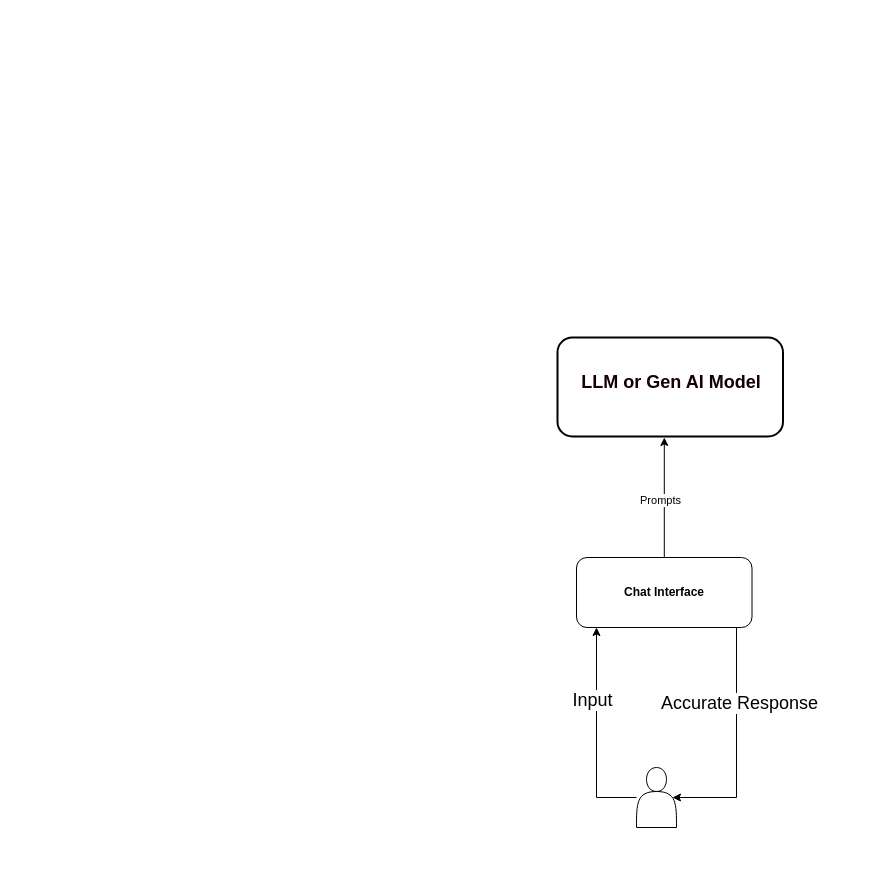
The draw.io diagram Untitled Diagram.drawio in pamruthp/SystemDesigns, before the edit. Source tidied: cells renumbered, new cells numbered last; positions are measured from the earlier drawing's top-left corner, leaving out a move shared by most shapes. Both pictures are drawn from the tidied source at 100%, with x=0, y=0 at pixel (557, 337).
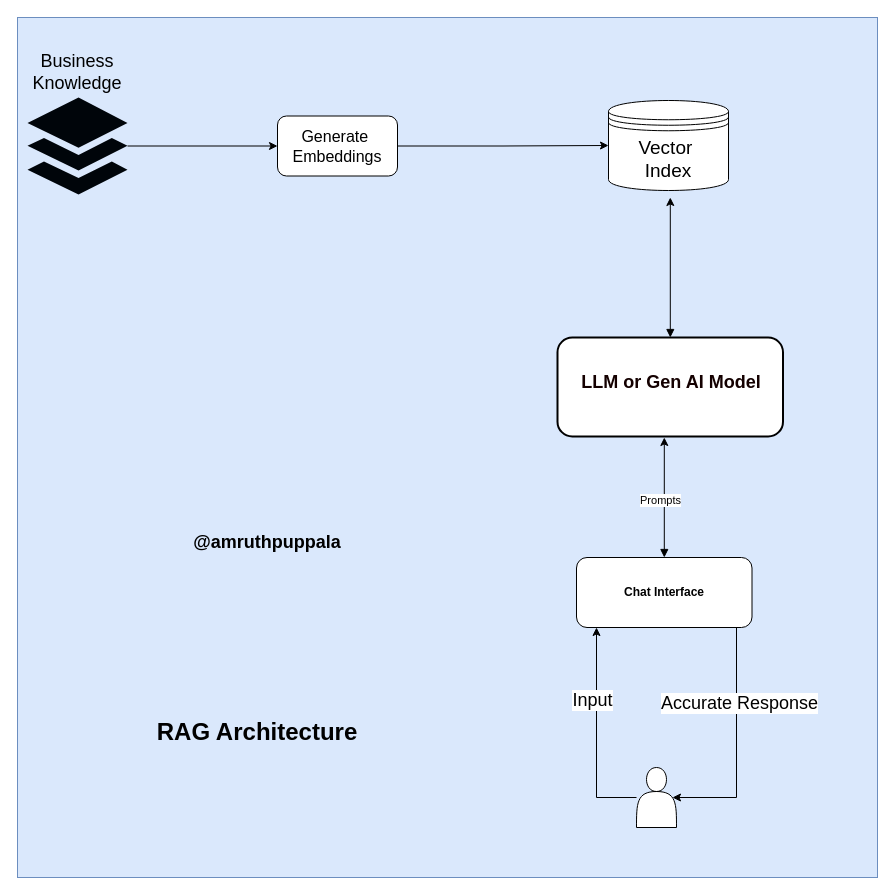
Above is the later version.

Unchanged cells that the change refers to:
```xml
<mxCell id="2" style="whiteSpace=wrap;html=1;verticalAlign=top;dashed=0;strokeWidth=2;rounded=1;" parent="1" vertex="1">
  <mxGeometry width="225.5" height="99" as="geometry" />
</mxCell>
<mxCell id="6" value="&lt;b&gt;Chat Interface&lt;/b&gt;" style="rounded=1;whiteSpace=wrap;html=1;" parent="1" vertex="1">
  <mxGeometry x="19" y="220" width="175.5" height="70" as="geometry" />
</mxCell>
```

The edit, as a diff of the source:
```diff
@@
+    <mxCell id="13" style="whiteSpace=wrap;html=1;fillColor=#dae8fc;strokeColor=#6c8ebf;" parent="1" vertex="1">
+      <mxGeometry x="-540" y="-320" width="860" height="860" as="geometry" />
+    </mxCell>
+    <mxCell id="14" style="edgeStyle=orthogonalEdgeStyle;rounded=0;jettySize=auto;html=1;startArrow=block;startFill=1;" parent="1" edge="1" source="2">
+      <mxGeometry relative="1" as="geometry">
+        <mxPoint x="112.8" y="-140" as="targetPoint" />
+      </mxGeometry>
+    </mxCell>
@@
-    <mxCell id="4" style="edgeStyle=orthogonalEdgeStyle;rounded=0;jettySize=auto;html=1;verticalAlign=top;" parent="1" edge="1" source="6">
+    <mxCell id="4" style="edgeStyle=orthogonalEdgeStyle;rounded=0;jettySize=auto;html=1;verticalAlign=top;startArrow=block;startFill=1;" parent="1" edge="1" source="6">
       <mxGeometry relative="1" as="geometry">
         <mxPoint x="106.8" y="100" as="targetPoint" />
       </mxGeometry>
     </mxCell>
@@
+    <mxCell id="15" style="edgeStyle=orthogonalEdgeStyle;rounded=0;jettySize=auto;html=1;entryX=0;entryY=0.5;entryDx=0;entryDy=0;" parent="1" edge="1" source="16" target="19">
+      <mxGeometry relative="1" as="geometry" />
+    </mxCell>
+    <mxCell id="16" style="sketch=0;html=1;strokeColor=none;shadow=0;fillColor=light-dark(#00050a, #3f85db);verticalAlign=top;labelPosition=center;verticalLabelPosition=bottom;shape=mxgraph.gcp2.files;" parent="1" vertex="1">
+      <mxGeometry x="-530" y="-240" width="100" height="97" as="geometry" />
+    </mxCell>
+    <mxCell id="17" value="&lt;font style=&quot;font-size: 18px;&quot;&gt;Business Knowledge&lt;/font&gt;" style="text;html=1;align=center;verticalAlign=middle;whiteSpace=wrap;rounded=0;" parent="1" vertex="1">
+      <mxGeometry x="-510" y="-280" width="60" height="30" as="geometry" />
+    </mxCell>
+    <mxCell id="18" style="edgeStyle=orthogonalEdgeStyle;rounded=0;jettySize=auto;html=1;entryX=0;entryY=0.5;entryDx=0;entryDy=0;" parent="1" edge="1" source="19" target="20">
+      <mxGeometry relative="1" as="geometry" />
+    </mxCell>
+    <mxCell id="19" value="Generate&amp;nbsp;&lt;div&gt;Embeddings&lt;/div&gt;" style="rounded=1;whiteSpace=wrap;html=1;fontSize=16;" parent="1" vertex="1">
+      <mxGeometry x="-280" y="-221.5" width="120" height="60" as="geometry" />
+    </mxCell>
+    <mxCell id="20" value="Vector&amp;nbsp;&lt;div&gt;Index&lt;/div&gt;" style="shape=datastore;whiteSpace=wrap;html=1;fontSize=19;" parent="1" vertex="1">
+      <mxGeometry x="51" y="-237" width="120" height="90" as="geometry" />
+    </mxCell>
+    <mxCell id="21" value="&lt;b&gt;&lt;font style=&quot;font-size: 18px;&quot;&gt;@amruthpuppala&lt;/font&gt;&lt;/b&gt;" style="text;html=1;align=center;verticalAlign=middle;whiteSpace=wrap;rounded=0;" parent="1" vertex="1">
+      <mxGeometry x="-320" y="190" width="60" height="30" as="geometry" />
+    </mxCell>
+    <mxCell id="22" value="&lt;font style=&quot;font-size: 24px;&quot;&gt;&lt;b&gt;RAG Architecture&lt;/b&gt;&lt;/font&gt;" style="text;html=1;align=center;verticalAlign=middle;whiteSpace=wrap;rounded=0;" parent="1" vertex="1">
+      <mxGeometry x="-410" y="380" width="220" height="30" as="geometry" />
+    </mxCell>
```
